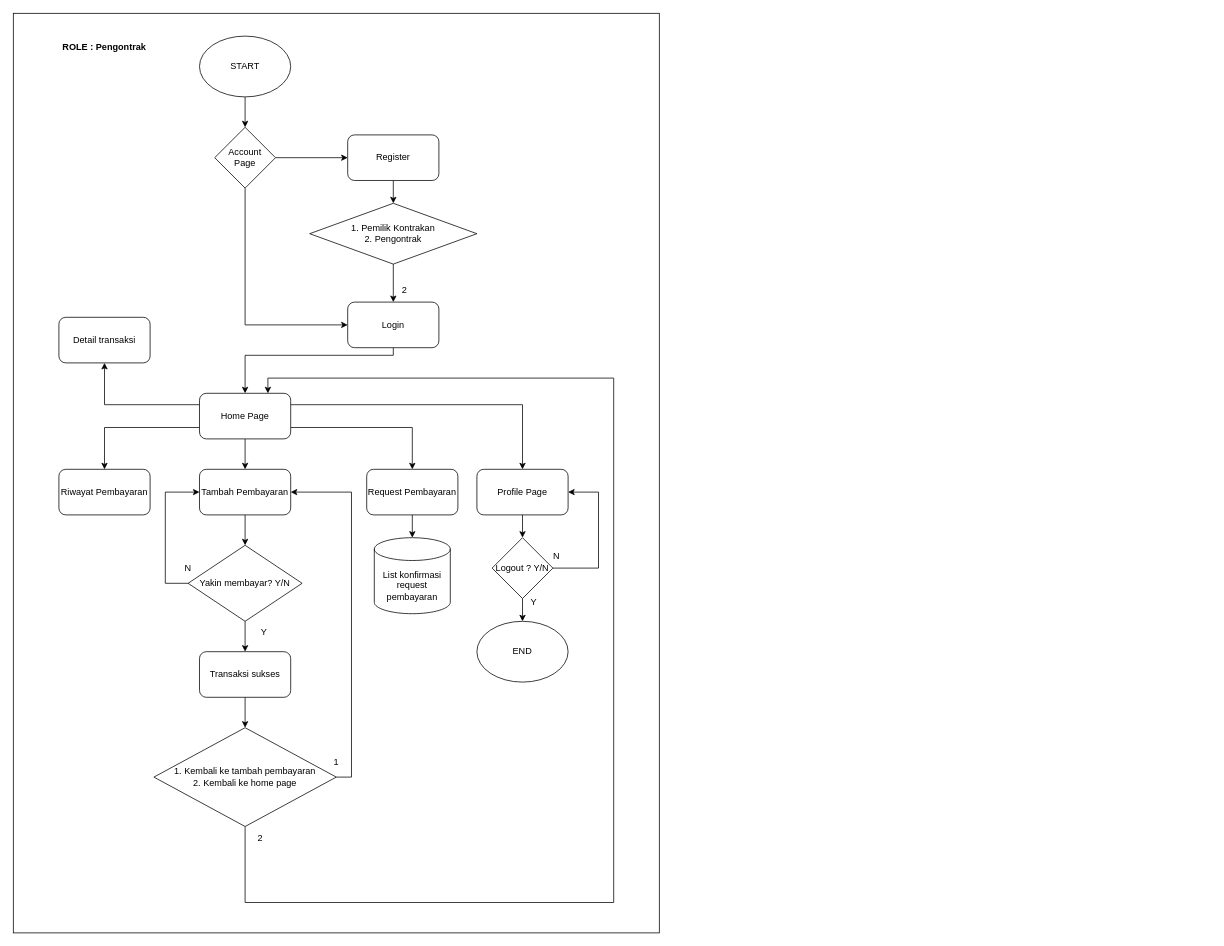
Above: page "pengontrakAccount" (6 of 7) of Untitled Diagram.drawio in dekuwimasnto/KUMAPU (draw.io), before the change. Source tidied: cells renumbered, new cells numbered last; positions are measured from the earlier drawing's top-left corner, leaving out a move shared by most shapes. Both pictures are drawn from the tidied source at 76%, with x=0, y=0 at pixel (13, 13).
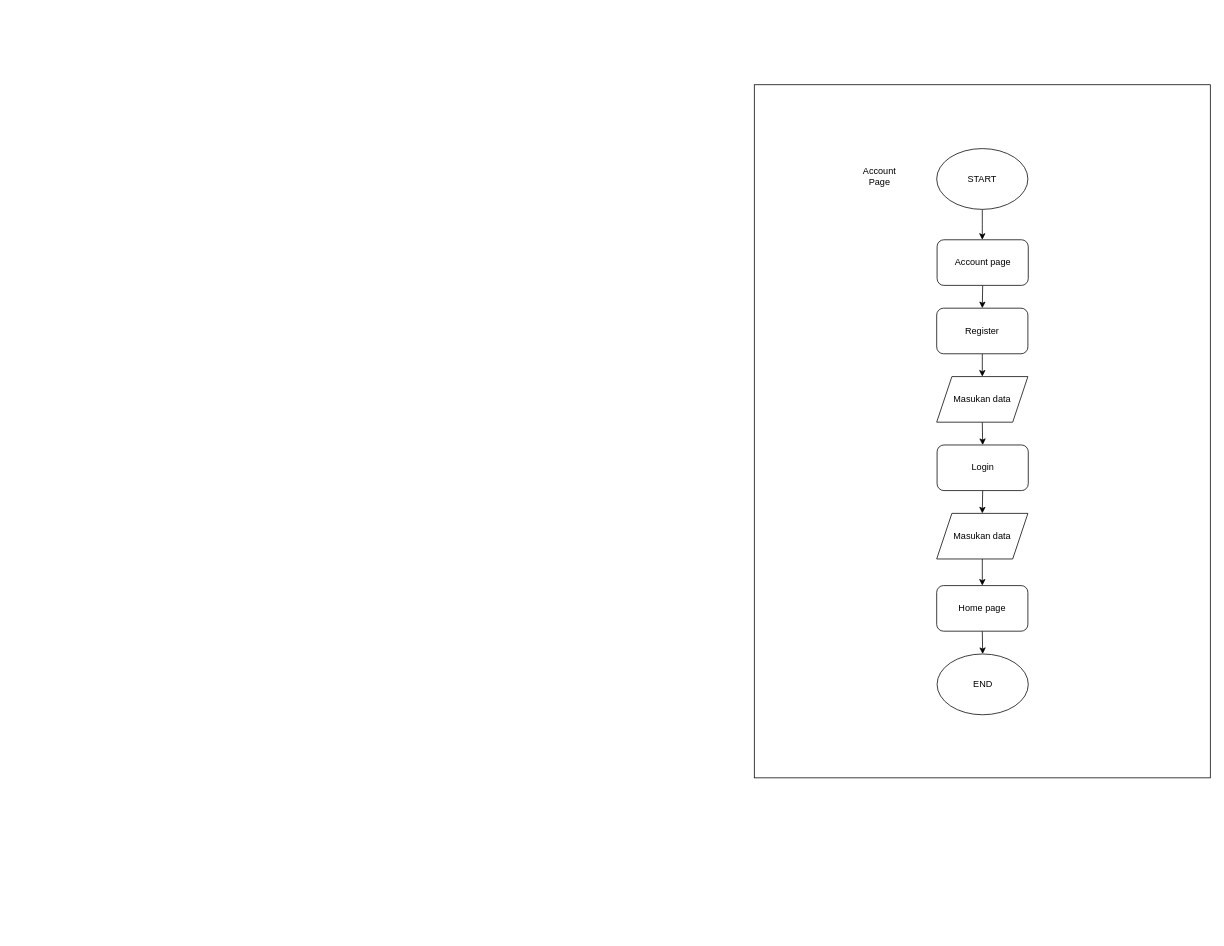
The same page after the edit.

Change to the diagram source:
```diff
@@
-    <mxCell id="2" style="rounded=0;whiteSpace=wrap;html=1;" parent="1" vertex="1">
-      <mxGeometry width="850" height="1210" as="geometry" />
-    </mxCell>
-    <mxCell id="3" style="edgeStyle=orthogonalEdgeStyle;rounded=0;jettySize=auto;html=1;exitX=0.5;exitY=1;exitDx=0;exitDy=0;entryX=0.5;entryY=0;entryDx=0;entryDy=0;" parent="1" edge="1" source="4" target="7">
-      <mxGeometry relative="1" as="geometry" />
-    </mxCell>
+    <mxCell id="49" style="rounded=0;whiteSpace=wrap;html=1;" parent="1" vertex="1">
+      <mxGeometry x="975" y="94" width="600" height="912" as="geometry" />
+    </mxCell>
+    <mxCell id="50" style="edgeStyle=orthogonalEdgeStyle;rounded=0;jettySize=auto;html=1;exitX=0.5;exitY=1;exitDx=0;exitDy=0;entryX=0.5;entryY=0;entryDx=0;entryDy=0;" parent="1" edge="1" source="4">
+      <mxGeometry relative="1" as="geometry">
+        <mxPoint x="1275" y="298" as="targetPoint" />
+      </mxGeometry>
+    </mxCell>
     <mxCell id="4" value="START" style="ellipse;whiteSpace=wrap;html=1;" parent="1" vertex="1">
-      <mxGeometry x="245" y="30" width="120" height="80" as="geometry" />
+      <mxGeometry x="1215" y="178" width="120" height="80" as="geometry" />
     </mxCell>
-    <mxCell id="5" style="edgeStyle=orthogonalEdgeStyle;rounded=0;jettySize=auto;html=1;exitX=0.5;exitY=1;exitDx=0;exitDy=0;entryX=0;entryY=0.5;entryDx=0;entryDy=0;" parent="1" edge="1" source="7" target="11">
-      <mxGeometry relative="1" as="geometry" />
-    </mxCell>
-    <mxCell id="6" style="edgeStyle=orthogonalEdgeStyle;rounded=0;jettySize=auto;html=1;exitX=1;exitY=0.5;exitDx=0;exitDy=0;entryX=0;entryY=0.5;entryDx=0;entryDy=0;" parent="1" edge="1" source="7" target="9">
-      <mxGeometry relative="1" as="geometry" />
-    </mxCell>
+    <mxCell id="51" style="edgeStyle=orthogonalEdgeStyle;rounded=0;jettySize=auto;html=1;exitX=0.5;exitY=1;exitDx=0;exitDy=0;entryX=0.5;entryY=0;entryDx=0;entryDy=0;" parent="1" edge="1" source="9" target="55">
+      <mxGeometry relative="1" as="geometry" />
+    </mxCell>
+    <mxCell id="9" value="Register" style="rounded=1;whiteSpace=wrap;html=1;" parent="1" vertex="1">
+      <mxGeometry x="1215" y="388" width="120" height="60" as="geometry" />
+    </mxCell>
+    <mxCell id="52" style="edgeStyle=orthogonalEdgeStyle;rounded=0;jettySize=auto;html=1;exitX=0.5;exitY=1;exitDx=0;exitDy=0;entryX=0.5;entryY=0;entryDx=0;entryDy=0;" parent="1" edge="1" source="53" target="9">
+      <mxGeometry relative="1" as="geometry" />
+    </mxCell>
+    <mxCell id="53" value="Account page" style="rounded=1;whiteSpace=wrap;html=1;" parent="1" vertex="1">
+      <mxGeometry x="1215.5" y="298" width="120" height="60" as="geometry" />
+    </mxCell>
+    <mxCell id="54" style="edgeStyle=orthogonalEdgeStyle;rounded=0;jettySize=auto;html=1;exitX=0.5;exitY=1;exitDx=0;exitDy=0;entryX=0.5;entryY=0;entryDx=0;entryDy=0;" parent="1" edge="1" source="55" target="11">
+      <mxGeometry relative="1" as="geometry" />
+    </mxCell>
+    <mxCell id="55" value="Masukan data" style="shape=parallelogram;perimeter=parallelogramPerimeter;whiteSpace=wrap;html=1;fixedSize=1;" parent="1" vertex="1">
+      <mxGeometry x="1215" y="478" width="120" height="60" as="geometry" />
+    </mxCell>
+    <mxCell id="56" style="edgeStyle=orthogonalEdgeStyle;rounded=0;jettySize=auto;html=1;exitX=0.5;exitY=1;exitDx=0;exitDy=0;entryX=0.5;entryY=0;entryDx=0;entryDy=0;" parent="1" edge="1" source="11" target="58">
+      <mxGeometry relative="1" as="geometry" />
+    </mxCell>
+    <mxCell id="11" value="Login" style="rounded=1;whiteSpace=wrap;html=1;" parent="1" vertex="1">
+      <mxGeometry x="1215.5" y="568" width="120" height="60" as="geometry" />
+    </mxCell>
+    <mxCell id="57" style="edgeStyle=orthogonalEdgeStyle;rounded=0;jettySize=auto;html=1;exitX=0.5;exitY=1;exitDx=0;exitDy=0;entryX=0.5;entryY=0;entryDx=0;entryDy=0;" parent="1" edge="1" source="58" target="60">
+      <mxGeometry relative="1" as="geometry" />
+    </mxCell>
+    <mxCell id="58" value="Masukan data" style="shape=parallelogram;perimeter=parallelogramPerimeter;whiteSpace=wrap;html=1;fixedSize=1;" parent="1" vertex="1">
+      <mxGeometry x="1215" y="658" width="120" height="60" as="geometry" />
+    </mxCell>
+    <mxCell id="59" style="edgeStyle=orthogonalEdgeStyle;rounded=0;jettySize=auto;html=1;exitX=0.5;exitY=1;exitDx=0;exitDy=0;entryX=0.5;entryY=0;entryDx=0;entryDy=0;" parent="1" edge="1" source="60" target="31">
+      <mxGeometry relative="1" as="geometry" />
+    </mxCell>
+    <mxCell id="60" value="Home page" style="rounded=1;whiteSpace=wrap;html=1;" parent="1" vertex="1">
+      <mxGeometry x="1215" y="753" width="120" height="60" as="geometry" />
+    </mxCell>
+    <mxCell id="31" value="END" style="ellipse;whiteSpace=wrap;html=1;" parent="1" vertex="1">
+      <mxGeometry x="1215.5" y="843" width="120" height="80" as="geometry" />
+    </mxCell>
-    <mxCell id="7" value="&lt;div&gt;Account&lt;/div&gt;&lt;div&gt;Page&lt;/div&gt;" style="rhombus;whiteSpace=wrap;html=1;" parent="1" vertex="1">
-      <mxGeometry x="265" y="150" width="80" height="80" as="geometry" />
+    <mxCell id="7" value="Account Page" style="text;html=1;strokeColor=none;fillColor=none;align=center;verticalAlign=middle;whiteSpace=wrap;rounded=0;" parent="1" vertex="1">
+      <mxGeometry x="1110" y="200" width="60" height="30" as="geometry" />
     </mxCell>
-    <mxCell id="8" style="edgeStyle=orthogonalEdgeStyle;rounded=0;jettySize=auto;html=1;exitX=0.5;exitY=1;exitDx=0;exitDy=0;entryX=0.5;entryY=0;entryDx=0;entryDy=0;" parent="1" edge="1" source="9" target="13">
-      <mxGeometry relative="1" as="geometry" />
-    </mxCell>
-    <mxCell id="9" value="Register" style="rounded=1;whiteSpace=wrap;html=1;" parent="1" vertex="1">
-      <mxGeometry x="440" y="160" width="120" height="60" as="geometry" />
-    </mxCell>
-    <mxCell id="10" style="edgeStyle=orthogonalEdgeStyle;rounded=0;jettySize=auto;html=1;exitX=0.5;exitY=1;exitDx=0;exitDy=0;entryX=0.5;entryY=0;entryDx=0;entryDy=0;" parent="1" edge="1" source="11" target="21">
-      <mxGeometry relative="1" as="geometry">
-        <Array as="points">
-          <mxPoint x="500" y="450" />
-          <mxPoint x="305" y="450" />
-        </Array>
-      </mxGeometry>
-    </mxCell>
-    <mxCell id="11" value="Login" style="rounded=1;whiteSpace=wrap;html=1;" parent="1" vertex="1">
-      <mxGeometry x="440" y="380" width="120" height="60" as="geometry" />
-    </mxCell>
-    <mxCell id="12" style="edgeStyle=orthogonalEdgeStyle;rounded=0;jettySize=auto;html=1;exitX=0.5;exitY=1;exitDx=0;exitDy=0;entryX=0.5;entryY=0;entryDx=0;entryDy=0;" parent="1" edge="1" source="13" target="11">
-      <mxGeometry relative="1" as="geometry" />
-    </mxCell>
-    <mxCell id="13" value="&lt;div&gt;1. Pemilik Kontrakan&lt;/div&gt;&lt;div&gt;2. Pengontrak&lt;br&gt;&lt;/div&gt;" style="rhombus;whiteSpace=wrap;html=1;" parent="1" vertex="1">
-      <mxGeometry x="390" y="250" width="220" height="80" as="geometry" />
-    </mxCell>
-    <mxCell id="14" value="&lt;div&gt;&lt;b&gt;ROLE : Pengontrak&lt;/b&gt;&lt;/div&gt;" style="text;html=1;strokeColor=none;fillColor=none;align=center;verticalAlign=middle;whiteSpace=wrap;rounded=0;" parent="1" vertex="1">
-      <mxGeometry x="40" y="30" width="160" height="30" as="geometry" />
-    </mxCell>
-    <mxCell id="15" value="2" style="text;html=1;strokeColor=none;fillColor=none;align=center;verticalAlign=middle;whiteSpace=wrap;rounded=0;" parent="1" vertex="1">
-      <mxGeometry x="500" y="350" width="30" height="30" as="geometry" />
-    </mxCell>
-    <mxCell id="16" style="edgeStyle=orthogonalEdgeStyle;rounded=0;jettySize=auto;html=1;exitX=0.5;exitY=1;exitDx=0;exitDy=0;entryX=0.5;entryY=0;entryDx=0;entryDy=0;" parent="1" edge="1" source="21" target="24">
-      <mxGeometry relative="1" as="geometry" />
-    </mxCell>
-    <mxCell id="17" style="edgeStyle=orthogonalEdgeStyle;rounded=0;jettySize=auto;html=1;exitX=0;exitY=0.75;exitDx=0;exitDy=0;entryX=0.5;entryY=0;entryDx=0;entryDy=0;" parent="1" edge="1" source="21" target="25">
-      <mxGeometry relative="1" as="geometry">
-        <Array as="points">
-          <mxPoint x="120" y="545" />
-        </Array>
-      </mxGeometry>
-    </mxCell>
-    <mxCell id="18" style="edgeStyle=orthogonalEdgeStyle;rounded=0;jettySize=auto;html=1;exitX=0;exitY=0.25;exitDx=0;exitDy=0;entryX=0.5;entryY=1;entryDx=0;entryDy=0;" parent="1" edge="1" source="21" target="22">
-      <mxGeometry relative="1" as="geometry" />
-    </mxCell>
-    <mxCell id="19" style="edgeStyle=orthogonalEdgeStyle;rounded=0;jettySize=auto;html=1;exitX=1;exitY=0.75;exitDx=0;exitDy=0;entryX=0.5;entryY=0;entryDx=0;entryDy=0;" parent="1" edge="1" source="21" target="46">
-      <mxGeometry relative="1" as="geometry" />
-    </mxCell>
-    <mxCell id="20" style="edgeStyle=orthogonalEdgeStyle;rounded=0;jettySize=auto;html=1;exitX=1;exitY=0.25;exitDx=0;exitDy=0;entryX=0.5;entryY=0;entryDx=0;entryDy=0;" parent="1" edge="1" source="21" target="27">
-      <mxGeometry relative="1" as="geometry" />
-    </mxCell>
-    <mxCell id="21" value="Home Page" style="rounded=1;whiteSpace=wrap;html=1;" parent="1" vertex="1">
-      <mxGeometry x="245" y="500" width="120" height="60" as="geometry" />
-    </mxCell>
-    <mxCell id="22" value="Detail transaksi" style="rounded=1;whiteSpace=wrap;html=1;" parent="1" vertex="1">
-      <mxGeometry x="60" y="400" width="120" height="60" as="geometry" />
-    </mxCell>
-    <mxCell id="23" style="edgeStyle=orthogonalEdgeStyle;rounded=0;jettySize=auto;html=1;exitX=0.5;exitY=1;exitDx=0;exitDy=0;entryX=0.5;entryY=0;entryDx=0;entryDy=0;" parent="1" edge="1" source="24" target="36">
-      <mxGeometry relative="1" as="geometry" />
-    </mxCell>
-    <mxCell id="24" value="Tambah Pembayaran" style="rounded=1;whiteSpace=wrap;html=1;" parent="1" vertex="1">
-      <mxGeometry x="245" y="600" width="120" height="60" as="geometry" />
-    </mxCell>
-    <mxCell id="25" value="Riwayat Pembayaran" style="rounded=1;whiteSpace=wrap;html=1;" parent="1" vertex="1">
-      <mxGeometry x="60" y="600" width="120" height="60" as="geometry" />
-    </mxCell>
-    <mxCell id="26" style="edgeStyle=orthogonalEdgeStyle;rounded=0;jettySize=auto;html=1;exitX=0.5;exitY=1;exitDx=0;exitDy=0;entryX=0.5;entryY=0;entryDx=0;entryDy=0;" parent="1" edge="1" source="27" target="30">
-      <mxGeometry relative="1" as="geometry" />
-    </mxCell>
-    <mxCell id="27" value="Profile Page" style="rounded=1;whiteSpace=wrap;html=1;" parent="1" vertex="1">
-      <mxGeometry x="610" y="600" width="120" height="60" as="geometry" />
-    </mxCell>
-    <mxCell id="28" style="edgeStyle=orthogonalEdgeStyle;rounded=0;jettySize=auto;html=1;exitX=0.5;exitY=1;exitDx=0;exitDy=0;entryX=0.5;entryY=0;entryDx=0;entryDy=0;" parent="1" edge="1" source="30" target="31">
-      <mxGeometry relative="1" as="geometry" />
-    </mxCell>
-    <mxCell id="29" style="edgeStyle=orthogonalEdgeStyle;rounded=0;jettySize=auto;html=1;exitX=1;exitY=0.5;exitDx=0;exitDy=0;entryX=1;entryY=0.5;entryDx=0;entryDy=0;" parent="1" edge="1" source="30" target="27">
-      <mxGeometry relative="1" as="geometry">
-        <Array as="points">
-          <mxPoint x="770" y="730" />
-          <mxPoint x="770" y="630" />
-        </Array>
-      </mxGeometry>
-    </mxCell>
-    <mxCell id="30" value="Logout ? Y/N" style="rhombus;whiteSpace=wrap;html=1;" parent="1" vertex="1">
-      <mxGeometry x="630" y="690" width="80" height="80" as="geometry" />
-    </mxCell>
-    <mxCell id="31" value="END" style="ellipse;whiteSpace=wrap;html=1;" parent="1" vertex="1">
-      <mxGeometry x="610" y="800" width="120" height="80" as="geometry" />
-    </mxCell>
-    <mxCell id="32" value="Y" style="text;html=1;strokeColor=none;fillColor=none;align=center;verticalAlign=middle;whiteSpace=wrap;rounded=0;" parent="1" vertex="1">
-      <mxGeometry x="670" y="760" width="30" height="30" as="geometry" />
-    </mxCell>
-    <mxCell id="33" value="N" style="text;html=1;strokeColor=none;fillColor=none;align=center;verticalAlign=middle;whiteSpace=wrap;rounded=0;" parent="1" vertex="1">
-      <mxGeometry x="700" y="700" width="30" height="30" as="geometry" />
-    </mxCell>
-    <mxCell id="34" style="edgeStyle=orthogonalEdgeStyle;rounded=0;jettySize=auto;html=1;exitX=0;exitY=0.5;exitDx=0;exitDy=0;entryX=0;entryY=0.5;entryDx=0;entryDy=0;" parent="1" edge="1" source="36" target="24">
-      <mxGeometry relative="1" as="geometry">
-        <Array as="points">
-          <mxPoint x="200" y="750" />
-          <mxPoint x="200" y="630" />
-        </Array>
-      </mxGeometry>
-    </mxCell>
-    <mxCell id="35" style="edgeStyle=orthogonalEdgeStyle;rounded=0;jettySize=auto;html=1;exitX=0.5;exitY=1;exitDx=0;exitDy=0;entryX=0.5;entryY=0;entryDx=0;entryDy=0;" parent="1" edge="1" source="36" target="38">
-      <mxGeometry relative="1" as="geometry" />
-    </mxCell>
-    <mxCell id="36" value="Yakin membayar? Y/N" style="rhombus;whiteSpace=wrap;html=1;" parent="1" vertex="1">
-      <mxGeometry x="230" y="700" width="150" height="100" as="geometry" />
-    </mxCell>
-    <mxCell id="37" style="edgeStyle=orthogonalEdgeStyle;rounded=0;jettySize=auto;html=1;exitX=0.5;exitY=1;exitDx=0;exitDy=0;entryX=0.5;entryY=0;entryDx=0;entryDy=0;" parent="1" edge="1" source="38" target="43">
-      <mxGeometry relative="1" as="geometry" />
-    </mxCell>
-    <mxCell id="38" value="Transaksi sukses" style="rounded=1;whiteSpace=wrap;html=1;" parent="1" vertex="1">
-      <mxGeometry x="245" y="840" width="120" height="60" as="geometry" />
-    </mxCell>
-    <mxCell id="39" value="N" style="text;html=1;strokeColor=none;fillColor=none;align=center;verticalAlign=middle;whiteSpace=wrap;rounded=0;" parent="1" vertex="1">
-      <mxGeometry x="215" y="715" width="30" height="30" as="geometry" />
-    </mxCell>
-    <mxCell id="40" value="Y" style="text;html=1;strokeColor=none;fillColor=none;align=center;verticalAlign=middle;whiteSpace=wrap;rounded=0;" parent="1" vertex="1">
-      <mxGeometry x="315" y="800" width="30" height="30" as="geometry" />
-    </mxCell>
-    <mxCell id="41" style="edgeStyle=orthogonalEdgeStyle;rounded=0;jettySize=auto;html=1;exitX=0.5;exitY=1;exitDx=0;exitDy=0;entryX=0.75;entryY=0;entryDx=0;entryDy=0;" parent="1" edge="1" source="43" target="21">
-      <mxGeometry relative="1" as="geometry">
-        <Array as="points">
-          <mxPoint x="305" y="1170" />
-          <mxPoint x="790" y="1170" />
-          <mxPoint x="790" y="480" />
-          <mxPoint x="335" y="480" />
-        </Array>
-      </mxGeometry>
-    </mxCell>
-    <mxCell id="42" style="edgeStyle=orthogonalEdgeStyle;rounded=0;jettySize=auto;html=1;exitX=1;exitY=0.5;exitDx=0;exitDy=0;entryX=1;entryY=0.5;entryDx=0;entryDy=0;" parent="1" edge="1" source="43" target="24">
-      <mxGeometry relative="1" as="geometry" />
-    </mxCell>
-    <mxCell id="43" value="&lt;div&gt;1. Kembali ke tambah pembayaran&lt;/div&gt;&lt;div&gt;2. Kembali ke home page&lt;br&gt;&lt;/div&gt;" style="rhombus;whiteSpace=wrap;html=1;" parent="1" vertex="1">
-      <mxGeometry x="185" y="940" width="240" height="130" as="geometry" />
-    </mxCell>
-    <mxCell id="44" value="1" style="text;html=1;strokeColor=none;fillColor=none;align=center;verticalAlign=middle;whiteSpace=wrap;rounded=0;" parent="1" vertex="1">
-      <mxGeometry x="410" y="970" width="30" height="30" as="geometry" />
-    </mxCell>
-    <mxCell id="45" style="edgeStyle=orthogonalEdgeStyle;rounded=0;jettySize=auto;html=1;exitX=0.5;exitY=1;exitDx=0;exitDy=0;entryX=0.5;entryY=0;entryDx=0;entryDy=0;entryPerimeter=0;" parent="1" edge="1" source="46" target="47">
-      <mxGeometry relative="1" as="geometry" />
-    </mxCell>
-    <mxCell id="46" value="Request Pembayaran" style="rounded=1;whiteSpace=wrap;html=1;" parent="1" vertex="1">
-      <mxGeometry x="465" y="600" width="120" height="60" as="geometry" />
-    </mxCell>
-    <mxCell id="47" value="List konfirmasi request pembayaran" style="shape=cylinder3;whiteSpace=wrap;html=1;boundedLbl=1;backgroundOutline=1;size=15;" parent="1" vertex="1">
-      <mxGeometry x="475" y="690" width="100" height="100" as="geometry" />
-    </mxCell>
-    <mxCell id="48" value="2" style="text;html=1;strokeColor=none;fillColor=none;align=center;verticalAlign=middle;whiteSpace=wrap;rounded=0;" parent="1" vertex="1">
-      <mxGeometry x="310" y="1070" width="30" height="30" as="geometry" />
-    </mxCell>
```
